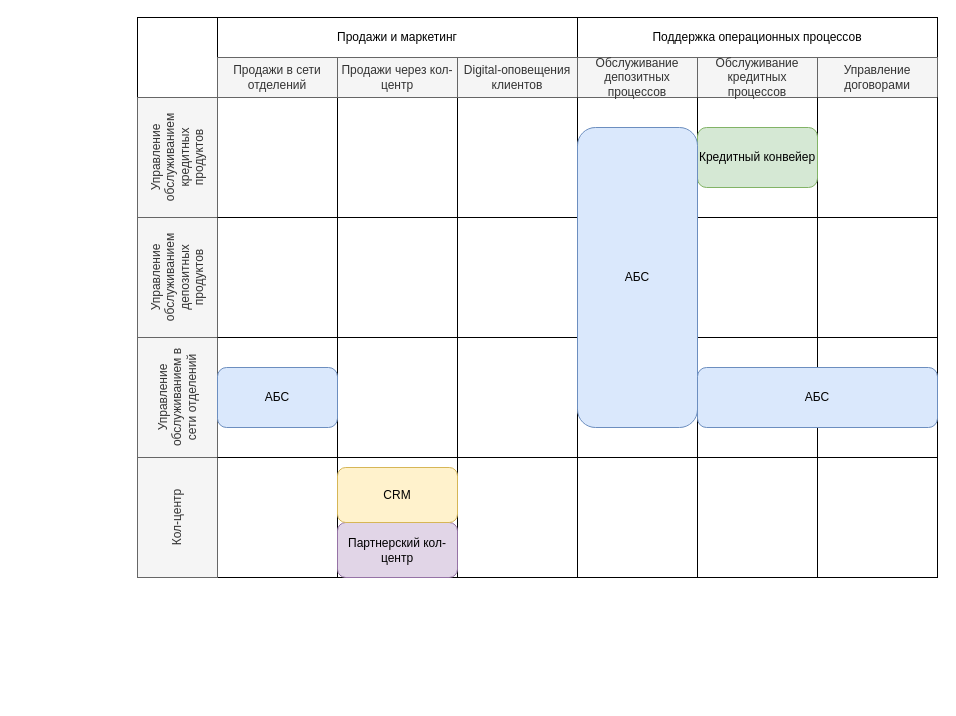
Before: Task1/IT-ландшафт/IT-ландшафт (AS IS).drawio in Maksina/architecture-pro-standart, a draw.io diagram. Source tidied: cells renumbered, new cells numbered last; positions are measured from the earlier drawing's top-left corner, leaving out a move shared by most shapes. Both pictures are drawn from the tidied source at 100%, with x=0, y=0 at pixel (117, 17).
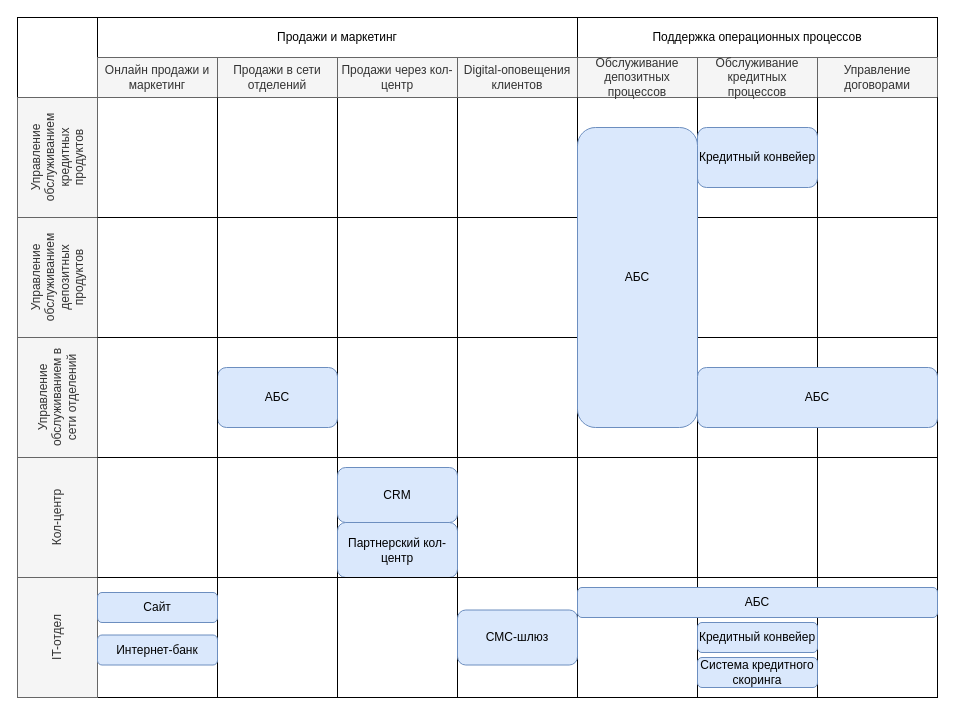
After the change.

The change refers to these unchanged cells:
```xml
<mxCell id="24" value="Продажи через кол-центр" style="rounded=0;whiteSpace=wrap;html=1;fillColor=#f5f5f5;fontColor=#333333;strokeColor=#666666;" parent="1" vertex="1">
  <mxGeometry x="220" y="40" width="120" height="40" as="geometry" />
</mxCell>
```

Change to the diagram source:
```diff
@@
     <mxCell id="2" style="rounded=0;whiteSpace=wrap;html=1;" parent="1" vertex="1">
-      <mxGeometry x="20" width="800" height="560" as="geometry" />
+      <mxGeometry x="-100" width="920" height="680" as="geometry" />
     </mxCell>
     <mxCell id="3" value="Продажи и маркетинг" style="rounded=0;whiteSpace=wrap;html=1;" parent="1" vertex="1">
-      <mxGeometry x="100" width="360" height="40" as="geometry" />
+      <mxGeometry x="-20" width="480" height="40" as="geometry" />
     </mxCell>
@@
     <mxCell id="9" value="Управление обслуживанием кредитных продуктов" style="rounded=0;whiteSpace=wrap;html=1;rotation=-90;fillColor=#f5f5f5;fontColor=#333333;strokeColor=#666666;" parent="1" vertex="1">
-      <mxGeometry y="100" width="120" height="80" as="geometry" />
+      <mxGeometry x="-120" y="100" width="120" height="80" as="geometry" />
     </mxCell>
     <mxCell id="10" value="Управление обслуживанием депозитных продуктов" style="rounded=0;whiteSpace=wrap;html=1;rotation=-90;fillColor=#f5f5f5;fontColor=#333333;strokeColor=#666666;" parent="1" vertex="1">
-      <mxGeometry y="220" width="120" height="80" as="geometry" />
+      <mxGeometry x="-120" y="220" width="120" height="80" as="geometry" />
     </mxCell>
     <mxCell id="11" value="Кол-центр" style="rounded=0;whiteSpace=wrap;html=1;rotation=-90;fillColor=#f5f5f5;fontColor=#333333;strokeColor=#666666;" parent="1" vertex="1">
-      <mxGeometry y="460" width="120" height="80" as="geometry" />
+      <mxGeometry x="-120" y="460" width="120" height="80" as="geometry" />
     </mxCell>
     <mxCell id="12" value="Управление обслуживанием в сети отделений" style="rounded=0;whiteSpace=wrap;html=1;rotation=-90;fillColor=#f5f5f5;fontColor=#333333;strokeColor=#666666;" parent="1" vertex="1">
-      <mxGeometry y="340" width="120" height="80" as="geometry" />
+      <mxGeometry x="-120" y="340" width="120" height="80" as="geometry" />
     </mxCell>
     <mxCell id="13" style="endArrow=none;html=1;rounded=0;entryX=0;entryY=1;entryDx=0;entryDy=0;" parent="1" edge="1" target="24">
       <mxGeometry relative="1" as="geometry">
-        <mxPoint x="220" y="560" as="sourcePoint" />
+        <mxPoint x="220" y="680" as="sourcePoint" />
       </mxGeometry>
     </mxCell>
     <mxCell id="14" style="endArrow=none;html=1;rounded=0;entryX=0;entryY=1;entryDx=0;entryDy=0;" parent="1" edge="1">
       <mxGeometry relative="1" as="geometry">
-        <mxPoint x="340" y="560" as="sourcePoint" />
+        <mxPoint x="340" y="680" as="sourcePoint" />
         <mxPoint x="340" y="80" as="targetPoint" />
       </mxGeometry>
     </mxCell>
     <mxCell id="15" style="endArrow=none;html=1;rounded=0;entryX=0;entryY=1;entryDx=0;entryDy=0;" parent="1" edge="1">
       <mxGeometry relative="1" as="geometry">
-        <mxPoint x="460" y="560" as="sourcePoint" />
+        <mxPoint x="460" y="680" as="sourcePoint" />
         <mxPoint x="460" y="80" as="targetPoint" />
       </mxGeometry>
     </mxCell>
     <mxCell id="16" style="endArrow=none;html=1;rounded=0;entryX=0;entryY=1;entryDx=0;entryDy=0;" parent="1" edge="1">
       <mxGeometry relative="1" as="geometry">
-        <mxPoint x="580" y="560" as="sourcePoint" />
+        <mxPoint x="580" y="680" as="sourcePoint" />
         <mxPoint x="580" y="80" as="targetPoint" />
       </mxGeometry>
     </mxCell>
     <mxCell id="17" style="endArrow=none;html=1;rounded=0;entryX=0;entryY=1;entryDx=0;entryDy=0;" parent="1" edge="1">
       <mxGeometry relative="1" as="geometry">
-        <mxPoint x="700" y="560" as="sourcePoint" />
+        <mxPoint x="700" y="680" as="sourcePoint" />
         <mxPoint x="700" y="80" as="targetPoint" />
       </mxGeometry>
     </mxCell>
@@
-    <mxCell id="19" style="endArrow=none;html=1;rounded=0;exitX=1;exitY=1;exitDx=0;exitDy=0;" parent="1" edge="1" source="10">
+    <mxCell id="19" style="endArrow=none;html=1;rounded=0;exitX=0;exitY=1;exitDx=0;exitDy=0;" parent="1" edge="1" source="9">
       <mxGeometry relative="1" as="geometry">
         <mxPoint x="820" y="200" as="targetPoint" />
       </mxGeometry>
     </mxCell>
-    <mxCell id="20" style="endArrow=none;html=1;rounded=0;exitX=0;exitY=0;exitDx=0;exitDy=0;" parent="1" edge="1">
+    <mxCell id="20" style="endArrow=none;html=1;rounded=0;exitX=1;exitY=1;exitDx=0;exitDy=0;" parent="1" edge="1" source="12">
       <mxGeometry relative="1" as="geometry">
-        <mxPoint x="100" y="320" as="sourcePoint" />
         <mxPoint x="820" y="320" as="targetPoint" />
       </mxGeometry>
     </mxCell>
-    <mxCell id="21" style="endArrow=none;html=1;rounded=0;exitX=0;exitY=0;exitDx=0;exitDy=0;" parent="1" edge="1">
+    <mxCell id="21" style="endArrow=none;html=1;rounded=0;exitX=0;exitY=1;exitDx=0;exitDy=0;" parent="1" edge="1" source="12">
       <mxGeometry relative="1" as="geometry">
-        <mxPoint x="100" y="440" as="sourcePoint" />
         <mxPoint x="820" y="440" as="targetPoint" />
       </mxGeometry>
     </mxCell>
     <mxCell id="22" style="endArrow=none;html=1;rounded=0;entryX=0;entryY=1;entryDx=0;entryDy=0;" parent="1" edge="1">
       <mxGeometry relative="1" as="geometry">
-        <mxPoint x="820" y="560" as="sourcePoint" />
+        <mxPoint x="820" y="680" as="sourcePoint" />
         <mxPoint x="820" y="80" as="targetPoint" />
       </mxGeometry>
     </mxCell>
@@
-    <mxCell id="25" value="Партнерский кол-центр" style="rounded=1;whiteSpace=wrap;html=1;fillColor=#e1d5e7;strokeColor=#9673a6;" parent="1" vertex="1">
+    <mxCell id="25" value="Партнерский кол-центр" style="rounded=1;whiteSpace=wrap;html=1;fillColor=#dae8fc;strokeColor=#6c8ebf;" parent="1" vertex="1">
       <mxGeometry x="220" y="505" width="120" height="55" as="geometry" />
     </mxCell>
-    <mxCell id="26" value="Кредитный конвейер" style="rounded=1;whiteSpace=wrap;html=1;fillColor=#d5e8d4;strokeColor=#82b366;" parent="1" vertex="1">
+    <mxCell id="26" value="Кредитный конвейер" style="rounded=1;whiteSpace=wrap;html=1;fillColor=#dae8fc;strokeColor=#6c8ebf;" parent="1" vertex="1">
       <mxGeometry x="580" y="110" width="120" height="60" as="geometry" />
     </mxCell>
-    <mxCell id="27" value="CRM" style="rounded=1;whiteSpace=wrap;html=1;fillColor=#fff2cc;strokeColor=#d6b656;" parent="1" vertex="1">
+    <mxCell id="27" value="CRM" style="rounded=1;whiteSpace=wrap;html=1;fillColor=#dae8fc;strokeColor=#6c8ebf;" parent="1" vertex="1">
       <mxGeometry x="220" y="450" width="120" height="55" as="geometry" />
     </mxCell>
@@
+    <mxCell id="31" value="IT-отдел" style="rounded=0;whiteSpace=wrap;html=1;rotation=-90;fillColor=#f5f5f5;fontColor=#333333;strokeColor=#666666;" parent="1" vertex="1">
+      <mxGeometry x="-120" y="580" width="120" height="80" as="geometry" />
+    </mxCell>
+    <mxCell id="32" style="endArrow=none;html=1;rounded=0;exitX=1;exitY=1;exitDx=0;exitDy=0;" parent="1" edge="1" source="31">
+      <mxGeometry relative="1" as="geometry">
+        <mxPoint x="820" y="560" as="targetPoint" />
+      </mxGeometry>
+    </mxCell>
+    <mxCell id="33" value="СМС-шлюз" style="rounded=1;whiteSpace=wrap;html=1;fillColor=#dae8fc;strokeColor=#6c8ebf;" parent="1" vertex="1">
+      <mxGeometry x="340" y="592.5" width="120" height="55" as="geometry" />
+    </mxCell>
+    <mxCell id="34" value="АБС" style="rounded=1;whiteSpace=wrap;html=1;fillColor=#dae8fc;strokeColor=#6c8ebf;" parent="1" vertex="1">
+      <mxGeometry x="460" y="570" width="360" height="30" as="geometry" />
+    </mxCell>
+    <mxCell id="35" value="Кредитный конвейер" style="rounded=1;whiteSpace=wrap;html=1;fillColor=#dae8fc;strokeColor=#6c8ebf;" parent="1" vertex="1">
+      <mxGeometry x="580" y="605" width="120" height="30" as="geometry" />
+    </mxCell>
+    <mxCell id="36" value="Система кредитного скоринга" style="rounded=1;whiteSpace=wrap;html=1;fillColor=#dae8fc;strokeColor=#6c8ebf;" parent="1" vertex="1">
+      <mxGeometry x="580" y="640" width="120" height="30" as="geometry" />
+    </mxCell>
+    <mxCell id="37" value="Онлайн продажи и маркетинг" style="rounded=0;whiteSpace=wrap;html=1;fillColor=#f5f5f5;fontColor=#333333;strokeColor=#666666;" parent="1" vertex="1">
+      <mxGeometry x="-20" y="40" width="120" height="40" as="geometry" />
+    </mxCell>
+    <mxCell id="38" style="endArrow=none;html=1;rounded=0;exitX=1;exitY=1;exitDx=0;exitDy=0;" parent="1" edge="1" source="37">
+      <mxGeometry relative="1" as="geometry">
+        <mxPoint x="100" y="680" as="targetPoint" />
+      </mxGeometry>
+    </mxCell>
+    <mxCell id="39" value="Сайт" style="rounded=1;whiteSpace=wrap;html=1;fillColor=#dae8fc;strokeColor=#6c8ebf;" parent="1" vertex="1">
+      <mxGeometry x="-20" y="575" width="120" height="30" as="geometry" />
+    </mxCell>
+    <mxCell id="40" value="Интернет-банк" style="rounded=1;whiteSpace=wrap;html=1;fillColor=#dae8fc;strokeColor=#6c8ebf;" parent="1" vertex="1">
+      <mxGeometry x="-20" y="617.5" width="120" height="30" as="geometry" />
+    </mxCell>
```
